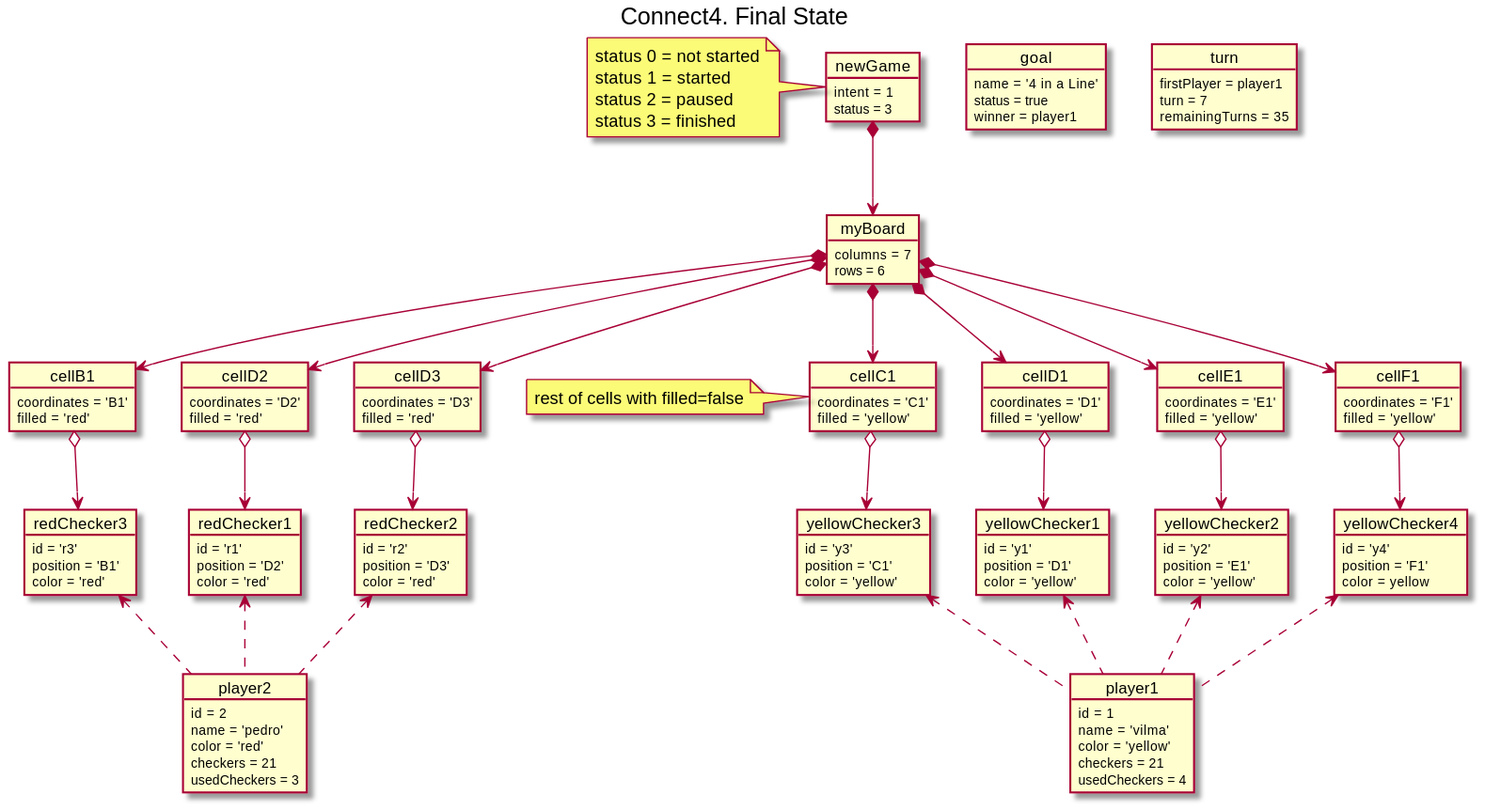
Before: tech-plantuml/game-connect4/semanaActual/docs/images/connect4--final-state.svg, a diagram exported from PlantUML (USantaTecla-ed-mpds/lab-boole). Its diagram source:
```plantuml
@startuml connect4--final-state


title Connect4. Final State

object newGame
note left of newGame
    status 0 = not started
    status 1 = started
    status 2 = paused
    status 3 = finished
end note

object myBoard
object player1
object player2
object goal
object turn



object newGame {
    intent = 1
    status = 3
}

object goal {
    name = '4 in a Line'
    status = true
    winner = player1
}

object turn {
    firstPlayer = player1
    turn = 7
    remainingTurns = 35
}

object myBoard {
    columns = 7
    rows = 6
}

object cellD1 {
    coordinates = 'D1'
    filled = 'yellow'
}

object cellD2 {
    coordinates = 'D2'
    filled = 'red'
}

object cellE1 {
    coordinates = 'E1'
    filled = 'yellow'
}

object cellD3 {
    coordinates = 'D3'
    filled = 'red'
}

object cellC1 {
    coordinates = 'C1'
    filled = 'yellow'
}

object cellB1 {
    coordinates = 'B1'
    filled = 'red'
}

object cellF1 {
    coordinates = 'F1'
    filled = 'yellow'
}

note left of cellC1
    rest of cells with filled=false
end note


object yellowChecker1 {
    id = 'y1'
    position = 'D1'
    color = 'yellow'
}

object redChecker1 {
    id = 'r1'
    position = 'D2'
    color = 'red'
}

object yellowChecker2 {
    id = 'y2'
    position = 'E1'
    color = 'yellow'
}

object redChecker2 {
    id = 'r2'
    position = 'D3'
    color = 'red'
}

object yellowChecker3 {
    id = 'y3'
    position = 'C1'
    color = 'yellow'
}

object redChecker3 {
    id = 'r3'
    position = 'B1'
    color = 'red'
}

object yellowChecker4 {
    id = 'y4'
    position = 'F1'
    color = yellow
}


object player1 {
    id = 1
    name = 'vilma'
    color = 'yellow'
    checkers = 21
    usedCheckers = 4
}

object player2 {
    id = 2
    name = 'pedro'
    color = 'red'
    checkers = 21
    usedCheckers = 3
}


newGame *--> myBoard

myBoard *--> cellD1
myBoard *--> cellE1
myBoard *--> cellC1
myBoard *--> cellF1
myBoard *--> cellD2
myBoard *--> cellD3
myBoard *--> cellB1

cellD1 o--> yellowChecker1
cellE1 o--> yellowChecker2
cellC1 o--> yellowChecker3
cellF1 o--> yellowChecker4
cellD2 o--> redChecker1
cellD3 o--> redChecker2
cellB1 o--> redChecker3

player1 .up.> yellowChecker1
player1 .up.> yellowChecker2
player1 .up.> yellowChecker3
player1 .up.> yellowChecker4
player2 .up.> redChecker1
player2 .up.> redChecker2
player2 .up.> redChecker3


@enduml
```
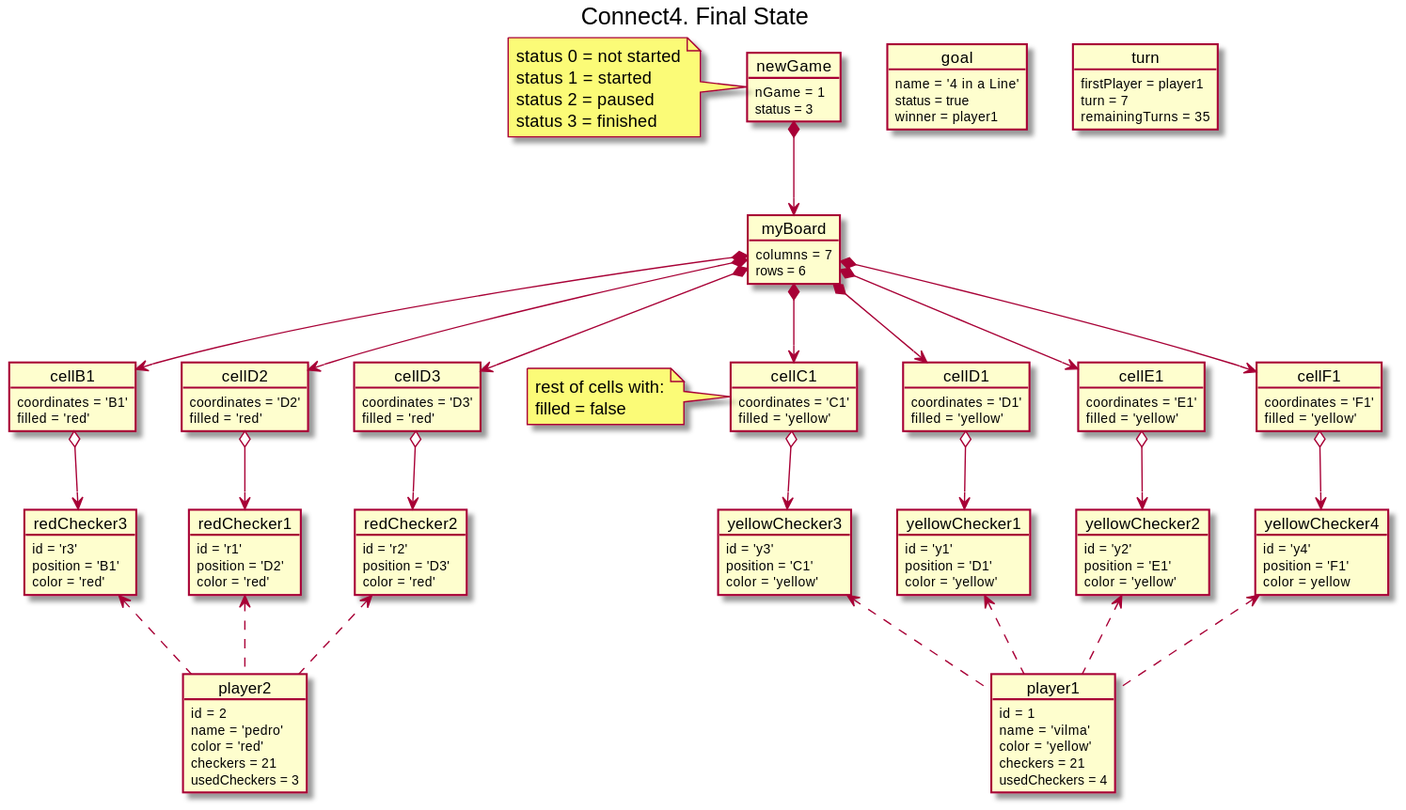
The same file after the commit.

Change to the diagram source:
```diff
@@ -20,7 +20,7 @@
 
 
 object newGame {
-    intent = 1
+    nGame = 1
     status = 3
 }
 
@@ -77,7 +77,8 @@
 }
 
 note left of cellC1
-    rest of cells with filled=false
+    rest of cells with:
+    filled = false
 end note
 
 
```
